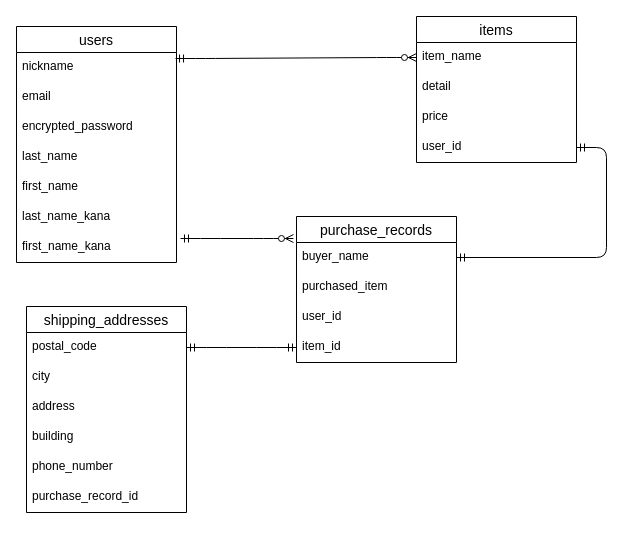
Before: furima37120.dio in ken-forest/furima-37120, a draw.io diagram. Source tidied: cells renumbered, new cells numbered last; positions are measured from the earlier drawing's top-left corner, leaving out a move shared by most shapes. Both pictures are drawn from the tidied source at 100%, with x=0, y=0 at pixel (16, 16).
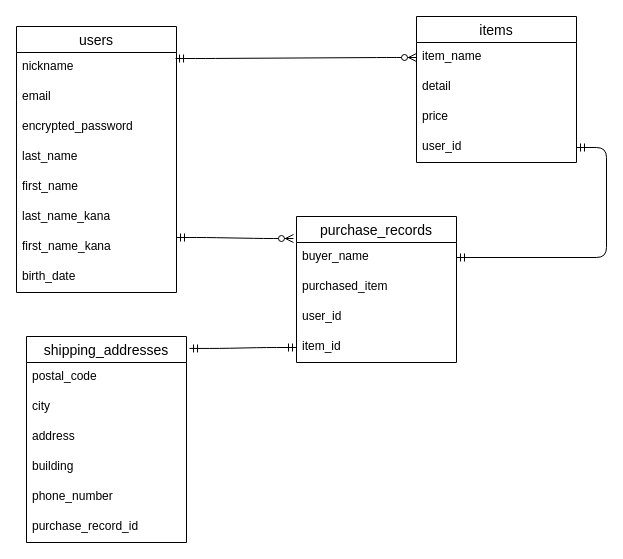
The same diagram, later.

Commit message (it also covers changes not shown here):
README.mdとfurima37120.dioのusersテーブルにbirth_dateカラムを追加

Unchanged cells that the change refers to:
```xml
<mxCell id="16" value="buyer_name" style="text;strokeColor=none;fillColor=none;spacingLeft=4;spacingRight=4;overflow=hidden;points=[[0,0.5],[1,0.5]];portConstraint=eastwest;fontSize=12;" parent="15" vertex="1">
  <mxGeometry y="26" width="160" height="30" as="geometry" />
</mxCell>
<mxCell id="19" value="item_id" style="text;strokeColor=none;fillColor=none;spacingLeft=4;spacingRight=4;overflow=hidden;points=[[0,0.5],[1,0.5]];portConstraint=eastwest;fontSize=12;" parent="15" vertex="1">
  <mxGeometry y="116" width="160" height="30" as="geometry" />
</mxCell>
<mxCell id="21" value="postal_code" style="text;strokeColor=none;fillColor=none;spacingLeft=4;spacingRight=4;overflow=hidden;points=[[0,0.5],[1,0.5]];portConstraint=eastwest;fontSize=12;" parent="20" vertex="1">
  <mxGeometry y="26" width="160" height="30" as="geometry" />
</mxCell>
```

Diff of the diagram source:
```diff
@@
     <mxCell id="2" value="users" style="swimlane;fontStyle=0;horizontal=1;startSize=26;align=center;fontSize=14;" parent="1" vertex="1">
-      <mxGeometry y="10" width="160" height="236" as="geometry" />
+      <mxGeometry y="10" width="160" height="266" as="geometry" />
     </mxCell>
@@
+    <mxCell id="31" value="first_name_kana" style="text;strokeColor=none;fillColor=none;spacingLeft=4;spacingRight=4;overflow=hidden;points=[[0,0.5],[1,0.5]];portConstraint=eastwest;fontSize=12;" parent="2" vertex="1">
+      <mxGeometry y="206" width="160" height="30" as="geometry" />
+    </mxCell>
-    <mxCell id="9" value="first_name_kana" style="text;strokeColor=none;fillColor=none;spacingLeft=4;spacingRight=4;overflow=hidden;points=[[0,0.5],[1,0.5]];portConstraint=eastwest;fontSize=12;" parent="2" vertex="1">
-      <mxGeometry y="206" width="160" height="30" as="geometry" />
+    <mxCell id="9" value="birth_date" style="text;strokeColor=none;fillColor=none;spacingLeft=4;spacingRight=4;overflow=hidden;points=[[0,0.5],[1,0.5]];portConstraint=eastwest;fontSize=12;" parent="2" vertex="1">
+      <mxGeometry y="236" width="160" height="30" as="geometry" />
     </mxCell>
@@
     <mxCell id="20" value="shipping_addresses" style="swimlane;fontStyle=0;horizontal=1;startSize=26;align=center;fontSize=14;" parent="1" vertex="1">
-      <mxGeometry x="10" y="290" width="160" height="206" as="geometry" />
+      <mxGeometry x="10" y="320" width="160" height="206" as="geometry" />
     </mxCell>
@@
-    <mxCell id="27" style="edgeStyle=entityRelationEdgeStyle;fontSize=12;html=1;endArrow=ERzeroToMany;startArrow=ERmandOne;entryX=-0.019;entryY=-0.133;entryDx=0;entryDy=0;exitX=1.025;exitY=0.2;exitDx=0;exitDy=0;entryPerimeter=0;exitPerimeter=0;" parent="1" edge="1" source="9" target="16">
+    <mxCell id="27" style="edgeStyle=entityRelationEdgeStyle;fontSize=12;html=1;endArrow=ERzeroToMany;startArrow=ERmandOne;entryX=-0.019;entryY=-0.133;entryDx=0;entryDy=0;exitX=1;exitY=0.167;exitDx=0;exitDy=0;entryPerimeter=0;exitPerimeter=0;" parent="1" edge="1" source="31" target="16">
       <mxGeometry relative="1" as="geometry" />
     </mxCell>
@@
-    <mxCell id="29" style="edgeStyle=entityRelationEdgeStyle;fontSize=12;html=1;endArrow=ERmandOne;startArrow=ERmandOne;" parent="1" edge="1" source="21" target="19">
+    <mxCell id="29" style="edgeStyle=entityRelationEdgeStyle;fontSize=12;html=1;endArrow=ERmandOne;startArrow=ERmandOne;exitX=1.019;exitY=0.058;exitDx=0;exitDy=0;exitPerimeter=0;" parent="1" edge="1" source="20" target="19">
       <mxGeometry relative="1" as="geometry" />
     </mxCell>
```
